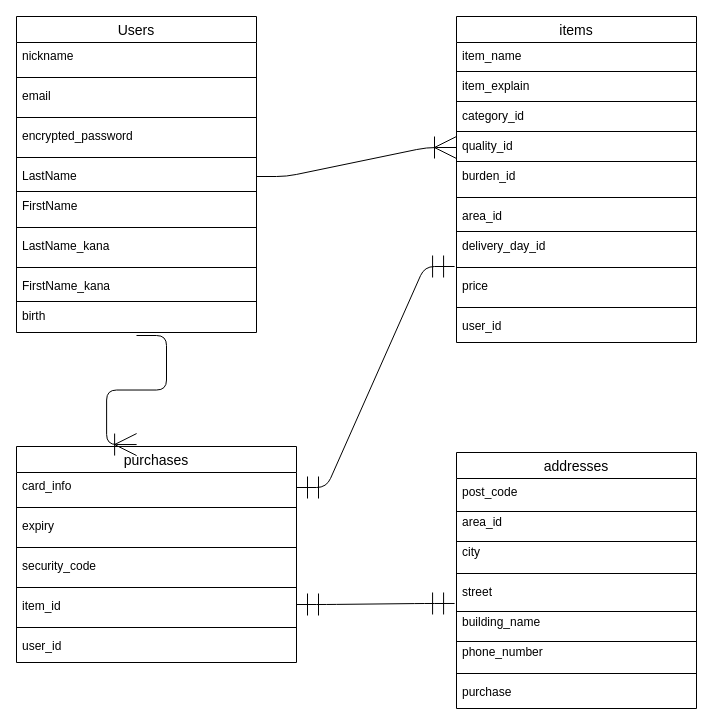
This is test.dio from kazuhiro-tsuchiya/furima-36951, a draw.io file, before an edit. Source tidied: cells renumbered, new cells numbered last; positions are measured from the earlier drawing's top-left corner, leaving out a move shared by most shapes. Both pictures are drawn from the tidied source at 100%, with x=0, y=0 at pixel (16, 16).
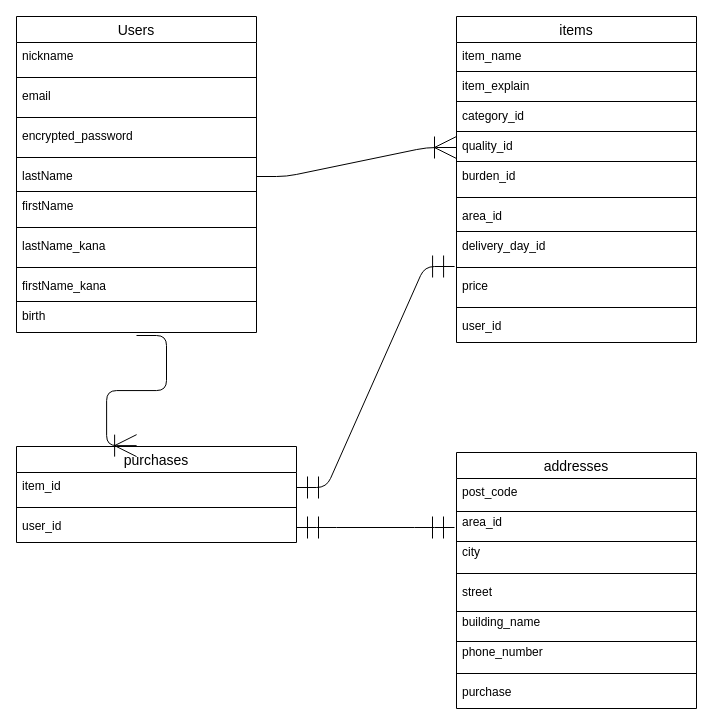
After the change.

Commit message (it also covers changes not shown here):
DB図とREADMEの作成 issue#3の修正２回目

Unchanged cells that the change refers to:
```xml
<mxCell id="2" value="Users" style="swimlane;fontStyle=0;horizontal=1;startSize=26;align=center;fontSize=14;" parent="1" vertex="1">
  <mxGeometry width="240" height="316" as="geometry" />
</mxCell>
<mxCell id="25" style="line;strokeWidth=1;dashed=0;labelPosition=right;align=left;verticalAlign=middle;spacingTop=0;spacingLeft=6;points=[];portConstraint=eastwest;" parent="16" vertex="1">
  <mxGeometry y="246" width="240" height="10" as="geometry" />
</mxCell>
<mxCell id="52" value="street" style="text;strokeColor=none;fillColor=none;spacingLeft=4;spacingRight=4;overflow=hidden;points=[[0,0.5],[1,0.5]];portConstraint=eastwest;fontSize=12;" parent="47" vertex="1">
  <mxGeometry y="126" width="240" height="30" as="geometry" />
</mxCell>
```

Diff of the diagram source:
```diff
@@
-    <mxCell id="9" value="LastName" style="text;strokeColor=none;fillColor=none;spacingLeft=4;spacingRight=4;overflow=hidden;fontSize=12;" parent="2" vertex="1">
+    <mxCell id="9" value="lastName" style="text;strokeColor=none;fillColor=none;spacingLeft=4;spacingRight=4;overflow=hidden;fontSize=12;" parent="2" vertex="1">
       <mxGeometry y="146" width="240" height="30" as="geometry" />
     </mxCell>
-    <mxCell id="10" value="FirstName" style="text;strokeColor=none;fillColor=none;spacingLeft=4;spacingRight=4;overflow=hidden;fontSize=12;" parent="2" vertex="1">
+    <mxCell id="10" value="firstName" style="text;strokeColor=none;fillColor=none;spacingLeft=4;spacingRight=4;overflow=hidden;fontSize=12;" parent="2" vertex="1">
       <mxGeometry y="176" width="240" height="30" as="geometry" />
     </mxCell>
@@
-    <mxCell id="12" value="LastName_kana" style="text;strokeColor=none;fillColor=none;spacingLeft=4;spacingRight=4;overflow=hidden;fontSize=12;" parent="2" vertex="1">
+    <mxCell id="12" value="lastName_kana" style="text;strokeColor=none;fillColor=none;spacingLeft=4;spacingRight=4;overflow=hidden;fontSize=12;" parent="2" vertex="1">
       <mxGeometry y="216" width="240" height="30" as="geometry" />
     </mxCell>
@@
-    <mxCell id="14" value="FirstName_kana" style="text;strokeColor=none;fillColor=none;spacingLeft=4;spacingRight=4;overflow=hidden;fontSize=12;" parent="2" vertex="1">
+    <mxCell id="14" value="firstName_kana" style="text;strokeColor=none;fillColor=none;spacingLeft=4;spacingRight=4;overflow=hidden;fontSize=12;" parent="2" vertex="1">
       <mxGeometry y="256" width="240" height="30" as="geometry" />
     </mxCell>
@@
     <mxCell id="36" value="purchases" style="swimlane;fontStyle=0;horizontal=1;startSize=26;align=center;fontSize=14;" parent="1" vertex="1">
-      <mxGeometry y="430" width="280" height="216" as="geometry" />
+      <mxGeometry y="430" width="280" height="96" as="geometry" />
     </mxCell>
-    <mxCell id="37" value="card_info" style="text;strokeColor=none;fillColor=none;spacingLeft=4;spacingRight=4;overflow=hidden;points=[[0,0.5],[1,0.5]];portConstraint=eastwest;fontSize=12;" parent="36" vertex="1">
-      <mxGeometry y="26" width="280" height="30" as="geometry" />
-    </mxCell>
-    <mxCell id="38" style="line;strokeWidth=1;dashed=0;labelPosition=right;align=left;verticalAlign=middle;spacingTop=0;spacingLeft=6;" parent="36" vertex="1">
-      <mxGeometry y="56" width="280" height="10" as="geometry" />
-    </mxCell>
-    <mxCell id="39" value="expiry" style="text;strokeColor=none;fillColor=none;spacingLeft=4;spacingRight=4;overflow=hidden;fontSize=12;" parent="36" vertex="1">
-      <mxGeometry y="66" width="280" height="30" as="geometry" />
-    </mxCell>
-    <mxCell id="40" style="line;strokeWidth=1;dashed=0;labelPosition=right;align=left;verticalAlign=middle;spacingTop=0;spacingLeft=6;" parent="36" vertex="1">
-      <mxGeometry y="96" width="280" height="10" as="geometry" />
-    </mxCell>
-    <mxCell id="41" value="security_code" style="text;strokeColor=none;fillColor=none;spacingLeft=4;spacingRight=4;overflow=hidden;fontSize=12;" parent="36" vertex="1">
-      <mxGeometry y="106" width="280" height="30" as="geometry" />
-    </mxCell>
-    <mxCell id="42" style="line;strokeWidth=1;dashed=0;labelPosition=right;align=left;verticalAlign=middle;spacingTop=0;spacingLeft=6;" parent="36" vertex="1">
-      <mxGeometry y="136" width="280" height="10" as="geometry" />
-    </mxCell>
     <mxCell id="43" value="item_id" style="text;strokeColor=none;fillColor=none;spacingLeft=4;spacingRight=4;overflow=hidden;fontSize=12;" parent="36" vertex="1">
-      <mxGeometry y="146" width="280" height="30" as="geometry" />
+      <mxGeometry y="26" width="280" height="30" as="geometry" />
     </mxCell>
     <mxCell id="44" style="line;strokeWidth=1;dashed=0;labelPosition=right;align=left;verticalAlign=middle;spacingTop=0;spacingLeft=6;" parent="36" vertex="1">
-      <mxGeometry y="176" width="280" height="10" as="geometry" />
+      <mxGeometry y="56" width="280" height="10" as="geometry" />
     </mxCell>
     <mxCell id="45" value="user_id" style="text;strokeColor=none;fillColor=none;spacingLeft=4;spacingRight=4;overflow=hidden;points=[[0,0.5],[1,0.5]];portConstraint=eastwest;fontSize=12;" parent="36" vertex="1">
-      <mxGeometry y="186" width="280" height="30" as="geometry" />
+      <mxGeometry y="66" width="280" height="30" as="geometry" />
     </mxCell>
@@
-    <mxCell id="61" style="edgeStyle=entityRelationEdgeStyle;fontSize=12;html=1;endArrow=ERmandOne;startArrow=ERmandOne;startSize=20;endSize=20;entryX=-0.008;entryY=0.833;entryDx=0;entryDy=0;entryPerimeter=0;" parent="1" edge="1" target="52">
+    <mxCell id="61" style="edgeStyle=entityRelationEdgeStyle;fontSize=12;html=1;endArrow=ERmandOne;startArrow=ERmandOne;startSize=20;endSize=20;exitX=1;exitY=0.5;exitDx=0;exitDy=0;" parent="1" edge="1" source="45">
       <mxGeometry relative="1" as="geometry">
-        <mxPoint x="280" y="588" as="sourcePoint" />
+        <mxPoint x="438" y="511" as="targetPoint" />
       </mxGeometry>
     </mxCell>
@@
-    <mxCell id="63" style="edgeStyle=entityRelationEdgeStyle;fontSize=12;html=1;endArrow=ERmandOne;startArrow=ERmandOne;exitX=1;exitY=0.5;exitDx=0;exitDy=0;entryX=-0.008;entryY=0.4;entryDx=0;entryDy=0;entryPerimeter=0;endSize=20;startSize=20;" parent="1" edge="1" source="37" target="25">
-      <mxGeometry relative="1" as="geometry" />
+    <mxCell id="63" style="edgeStyle=entityRelationEdgeStyle;fontSize=12;html=1;endArrow=ERmandOne;startArrow=ERmandOne;exitX=1;exitY=0.5;exitDx=0;exitDy=0;entryX=-0.008;entryY=0.4;entryDx=0;entryDy=0;entryPerimeter=0;endSize=20;startSize=20;" parent="1" edge="1" target="25">
+      <mxGeometry relative="1" as="geometry">
+        <mxPoint x="280" y="471" as="sourcePoint" />
+      </mxGeometry>
     </mxCell>
```
